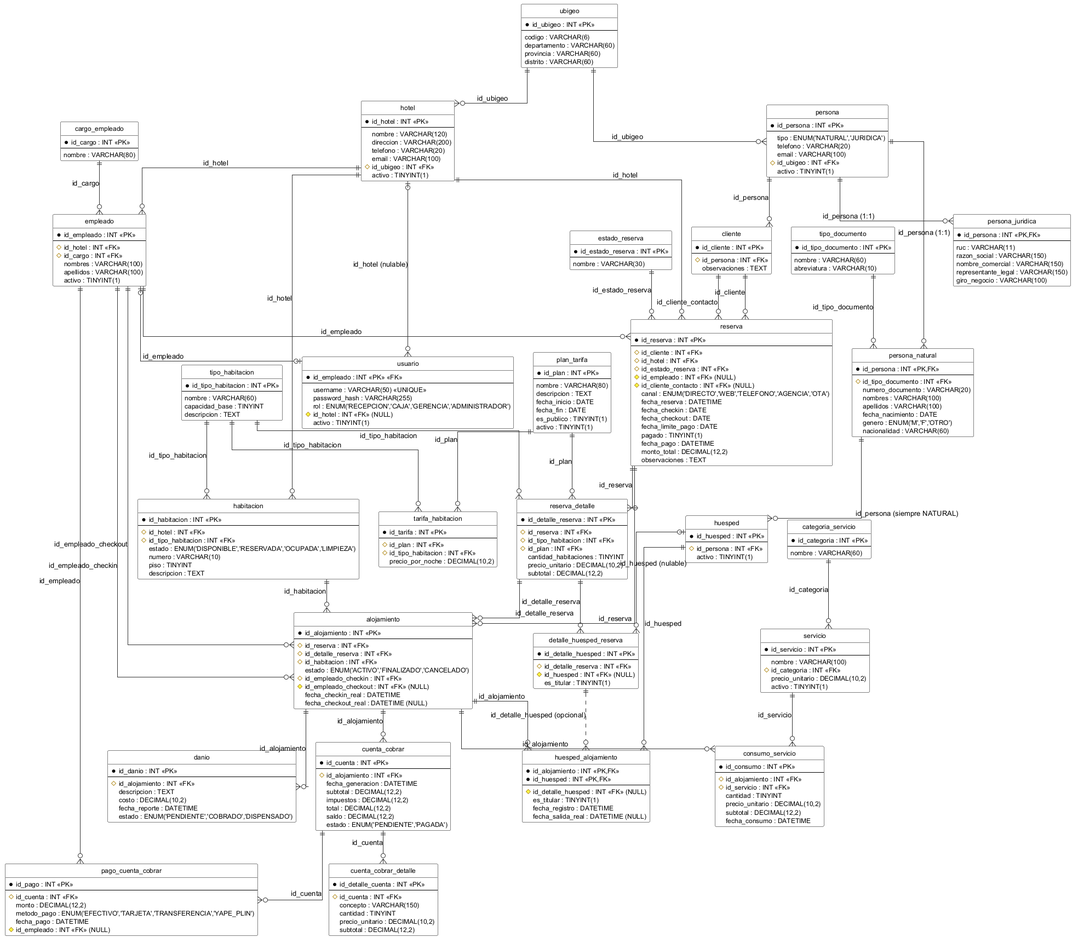
This is Diagramas/Diagrama de Base de Datos/02_Modelo_Logico.png from Piero134/base-de-datos-1, a PlantUML export, as it was before one commit.
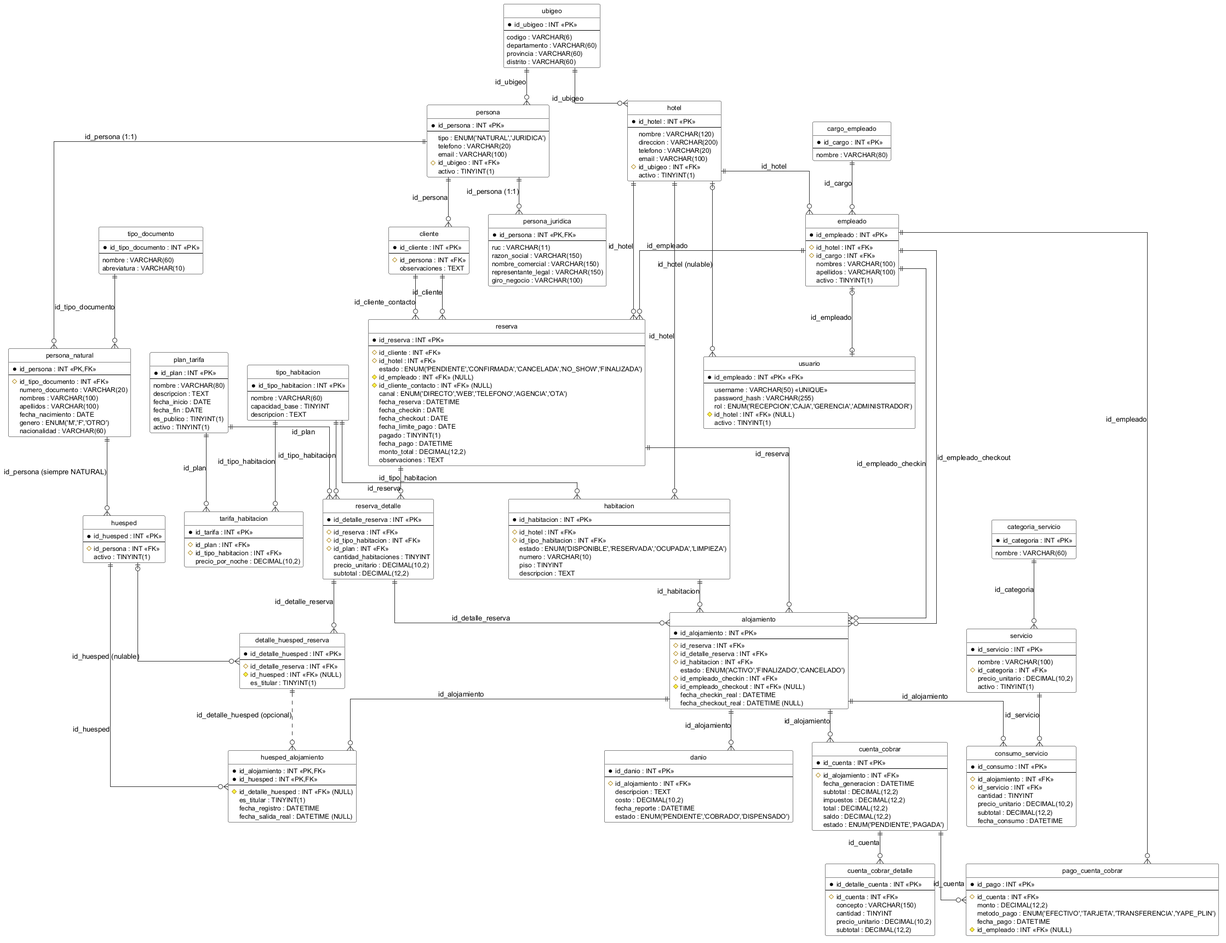
The same diagram one commit later.

The edit, as a diff of the source:
```diff
@@ -147,18 +147,12 @@
   precio_por_noche : DECIMAL(10,2)
 }
 
-entity "estado_reserva" as estado_reserva {
-  * id_estado_reserva : INT <<PK>>
-  --
-  nombre : VARCHAR(30)
-}
-
 entity "reserva" as reserva {
   * id_reserva : INT <<PK>>
   --
   # id_cliente : INT <<FK>>
   # id_hotel : INT <<FK>>
-  # id_estado_reserva : INT <<FK>>
+  estado : ENUM('PENDIENTE','CONFIRMADA','CANCELADA','NO_SHOW','FINALIZADA')
   # id_empleado : INT <<FK>> (NULL)
   # id_cliente_contacto : INT <<FK>> (NULL)
   canal : ENUM('DIRECTO','WEB','TELEFONO','AGENCIA','OTA')
@@ -306,7 +300,6 @@
 cliente         ||--o{ reserva                  : id_cliente
 cliente         ||--o{ reserva                  : id_cliente_contacto
 empleado        ||--o{ reserva                  : id_empleado
-estado_reserva  ||--o{ reserva                  : id_estado_reserva
 
 reserva         ||--o{ reserva_detalle          : id_reserva
 tipo_habitacion ||--o{ reserva_detalle          : id_tipo_habitacion
```
